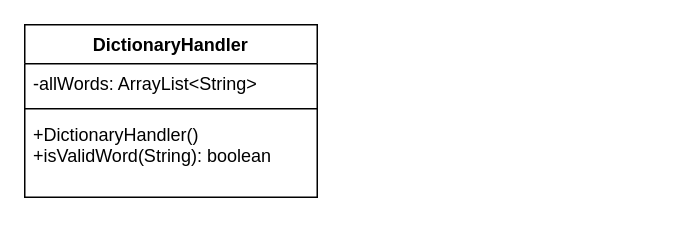
trk20/Scuffle keeps this draw.io diagram as UML/ClassDiagrams/Model/DictionaryHandler.drawio. Above is the earlier version. Source tidied: cells renumbered, new cells numbered last; positions are measured from the earlier drawing's top-left corner, leaving out a move shared by most shapes. Both pictures are drawn from the tidied source at 150%, with x=0, y=0 at pixel (24, 24).
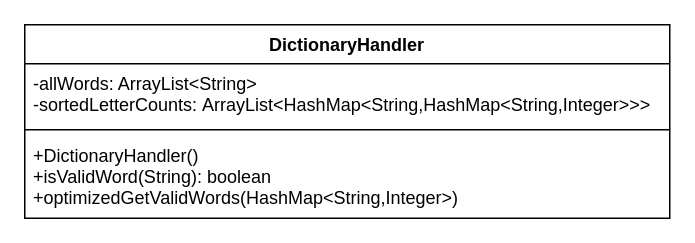
The same page after the edit.

Commit message (it also covers changes not shown here):
-Added PNGs for AIPlayer and DictionaryHandler class diagrams, and AIPlayerTurn sequence diagram

What changed in the source:
```diff
@@
 <mxGraphModel>
   <root>
     <mxCell id="0" />
     <mxCell id="1" parent="0" />
     <mxCell id="2" value="DictionaryHandler" style="swimlane;fontStyle=1;align=center;verticalAlign=top;horizontal=1;startSize=26;" parent="1" vertex="1">
-      <mxGeometry width="195" height="115" as="geometry" />
+      <mxGeometry width="430" height="129" as="geometry" />
     </mxCell>
-    <mxCell id="3" value="-allWords: ArrayList&lt;String&gt;" style="text;strokeColor=none;fillColor=none;align=left;verticalAlign=top;spacingLeft=4;spacingRight=4;overflow=hidden;" parent="2" vertex="1">
-      <mxGeometry y="26" width="195" height="26" as="geometry" />
+    <mxCell id="3" value="-allWords: ArrayList&lt;String&gt;&#10;-sortedLetterCounts: ArrayList&lt;HashMap&lt;String,HashMap&lt;String,Integer&gt;&gt;&gt;" style="text;strokeColor=none;fillColor=none;align=left;verticalAlign=top;spacingLeft=4;spacingRight=4;overflow=hidden;" parent="2" vertex="1">
+      <mxGeometry y="26" width="430" height="40" as="geometry" />
     </mxCell>
     <mxCell id="4" style="line;strokeWidth=1;fillColor=none;align=left;verticalAlign=middle;spacingTop=-1;spacingLeft=3;spacingRight=3;labelPosition=right;" parent="2" vertex="1">
-      <mxGeometry y="52" width="195" height="8" as="geometry" />
+      <mxGeometry y="66" width="430" height="8" as="geometry" />
     </mxCell>
-    <mxCell id="5" value="+DictionaryHandler()&#10;+isValidWord(String): boolean" style="text;strokeColor=none;fillColor=none;align=left;verticalAlign=top;spacingLeft=4;spacingRight=4;overflow=hidden;" parent="2" vertex="1">
-      <mxGeometry y="60" width="195" height="55" as="geometry" />
+    <mxCell id="5" value="+DictionaryHandler()&#10;+isValidWord(String): boolean&#10;+optimizedGetValidWords(HashMap&lt;String,Integer&gt;)" style="text;strokeColor=none;fillColor=none;align=left;verticalAlign=top;spacingLeft=4;spacingRight=4;overflow=hidden;" parent="2" vertex="1">
+      <mxGeometry y="74" width="430" height="55" as="geometry" />
     </mxCell>
   </root>
 </mxGraphModel>
```
